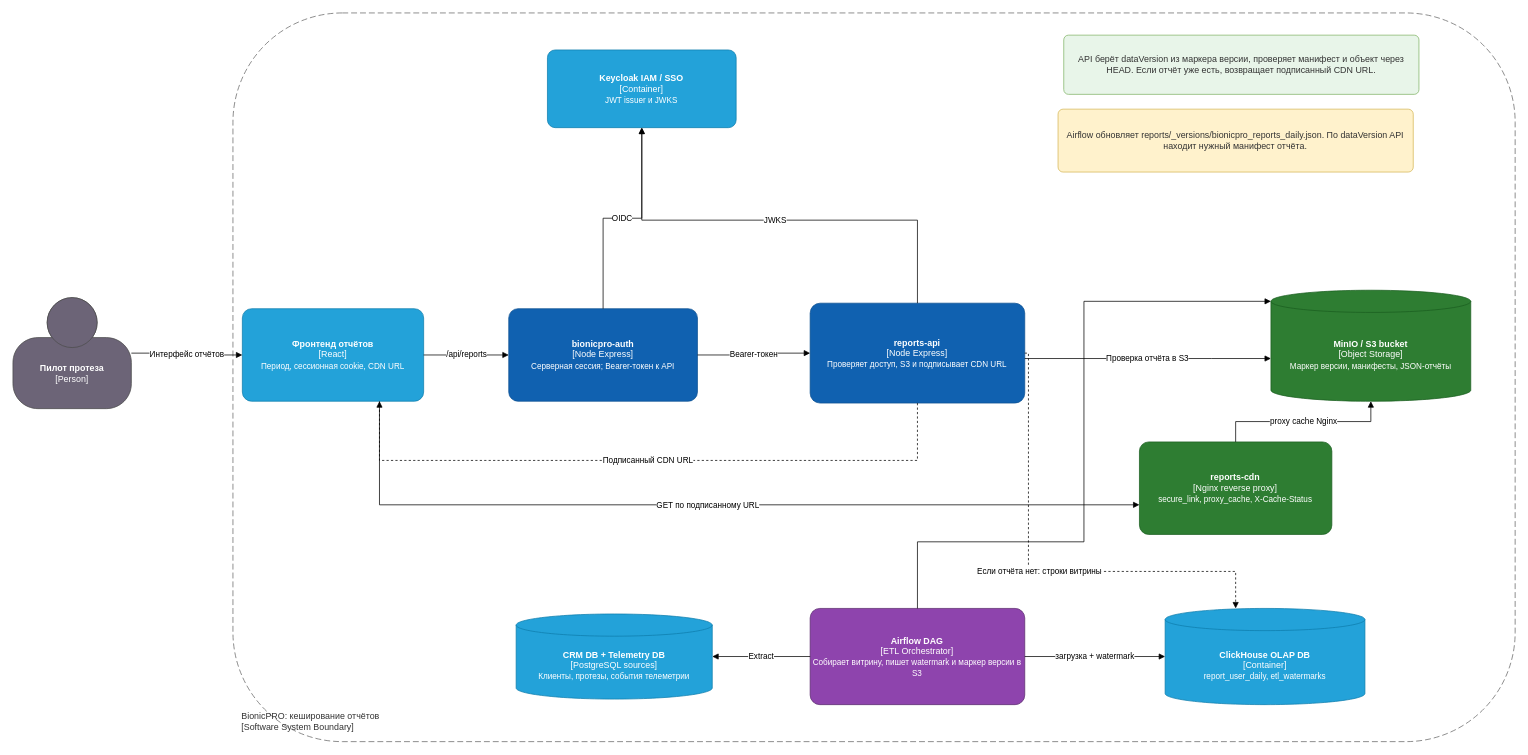
This is architecture/bionicpro-reports-cache-c4.drawio from astandrik/architecture-bionicpro, a draw.io file, before an edit. Source tidied: cells renumbered, new cells numbered last; positions are measured from the earlier drawing's top-left corner, leaving out a move shared by most shapes. Both pictures are drawn from the tidied source at 74%, with x=0, y=0 at pixel (13, 13).
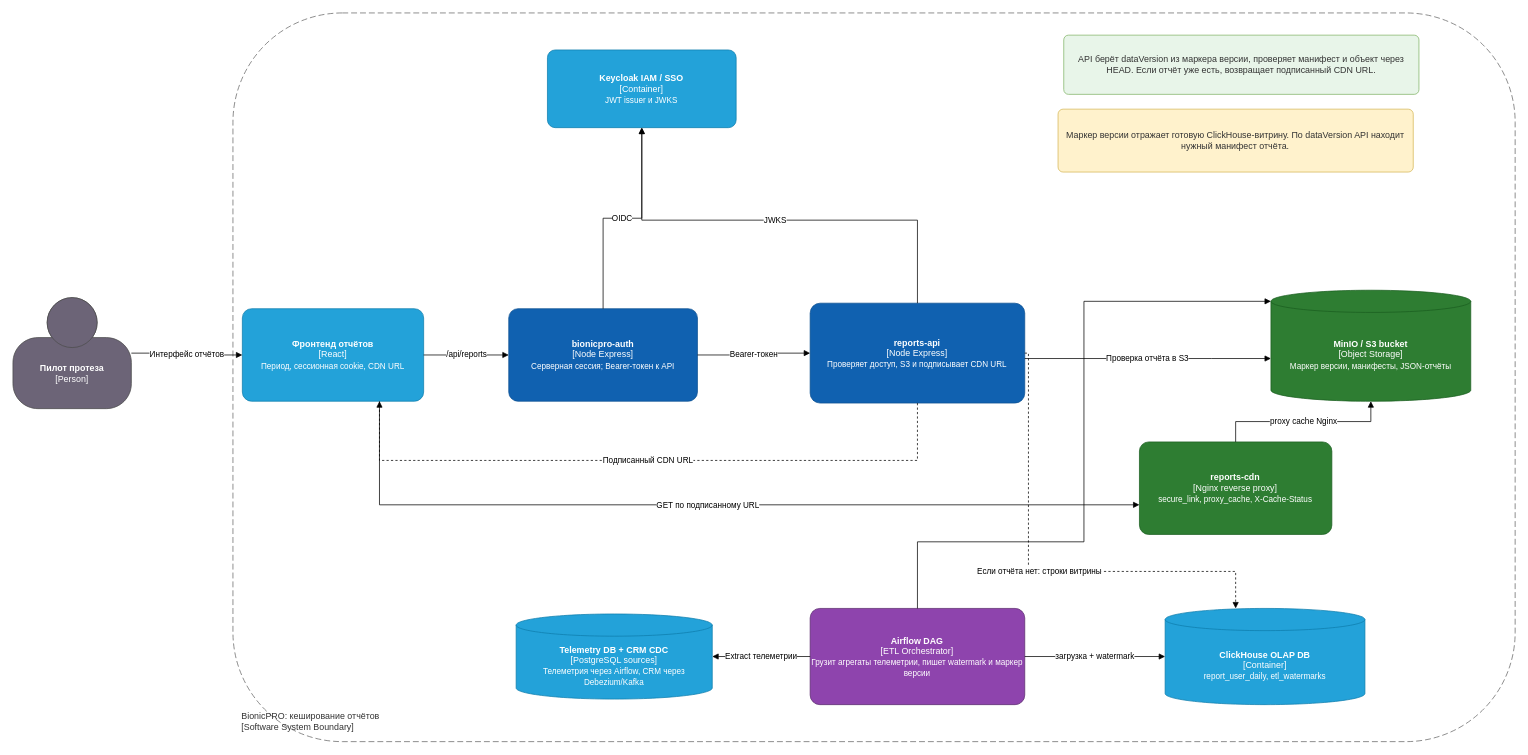
After the change.

Change to the diagram source:
```diff
@@
-    <mxCell id="11" value="&lt;b&gt;Airflow DAG&lt;/b&gt;&lt;br&gt;[ETL Orchestrator]&lt;br&gt;&lt;font style=&quot;font-size: 11px&quot;&gt;Собирает витрину, пишет watermark и маркер версии в S3&lt;/font&gt;" style="rounded=1;whiteSpace=wrap;html=1;fillColor=#8E44AD;strokeColor=#5B2C6F;fontColor=#ffffff;arcSize=10;" parent="1" vertex="1">
+    <mxCell id="11" value="&lt;b&gt;Airflow DAG&lt;/b&gt;&lt;br&gt;[ETL Orchestrator]&lt;br&gt;&lt;font style=&quot;font-size: 11px&quot;&gt;Грузит агрегаты телеметрии, пишет watermark и маркер версии&lt;/font&gt;" style="rounded=1;whiteSpace=wrap;html=1;fillColor=#8E44AD;strokeColor=#5B2C6F;fontColor=#ffffff;arcSize=10;" parent="1" vertex="1">
       <mxGeometry x="1077.3" y="804.7" width="290" height="130" as="geometry" />
     </mxCell>
-    <mxCell id="12" value="&lt;b&gt;CRM DB + Telemetry DB&lt;/b&gt;&lt;br&gt;[PostgreSQL sources]&lt;br&gt;&lt;font style=&quot;font-size: 11px&quot;&gt;Клиенты, протезы, события телеметрии&lt;/font&gt;" style="shape=cylinder3;size=15;whiteSpace=wrap;html=1;boundedLbl=1;fillColor=#23A2D9;strokeColor=#0E7DAD;fontColor=#ffffff;" parent="1" vertex="1">
+    <mxCell id="12" value="&lt;b&gt;Telemetry DB + CRM CDC&lt;/b&gt;&lt;br&gt;[PostgreSQL sources]&lt;br&gt;&lt;font style=&quot;font-size: 11px&quot;&gt;Телеметрия через Airflow, CRM через Debezium/Kafka&lt;/font&gt;" style="shape=cylinder3;size=15;whiteSpace=wrap;html=1;boundedLbl=1;fillColor=#23A2D9;strokeColor=#0E7DAD;fontColor=#ffffff;" parent="1" vertex="1">
       <mxGeometry x="680" y="812.2" width="265" height="115" as="geometry" />
     </mxCell>
@@
-    <mxCell id="14" value="Airflow обновляет reports/_versions/bionicpro_reports_daily.json. По dataVersion API находит нужный манифест отчёта." style="rounded=1;whiteSpace=wrap;html=1;fillColor=#FFF2CC;strokeColor=#D6B656;fontColor=#333333;arcSize=8;" parent="1" vertex="1">
+    <mxCell id="14" value="Маркер версии отражает готовую ClickHouse-витрину. По dataVersion API находит нужный манифест отчёта." style="rounded=1;whiteSpace=wrap;html=1;fillColor=#FFF2CC;strokeColor=#D6B656;fontColor=#333333;arcSize=8;" parent="1" vertex="1">
       <mxGeometry x="1412.3" y="130" width="480" height="85" as="geometry" />
     </mxCell>
@@
-    <mxCell id="25" value="Extract" style="edgeStyle=orthogonalEdgeStyle;rounded=0;html=1;endArrow=block;fontSize=11;" parent="1" edge="1" source="11" target="12">
+    <mxCell id="25" value="Extract телеметрии" style="edgeStyle=orthogonalEdgeStyle;rounded=0;html=1;endArrow=block;fontSize=11;" parent="1" edge="1" source="11" target="12">
       <mxGeometry relative="1" as="geometry" />
     </mxCell>
```
